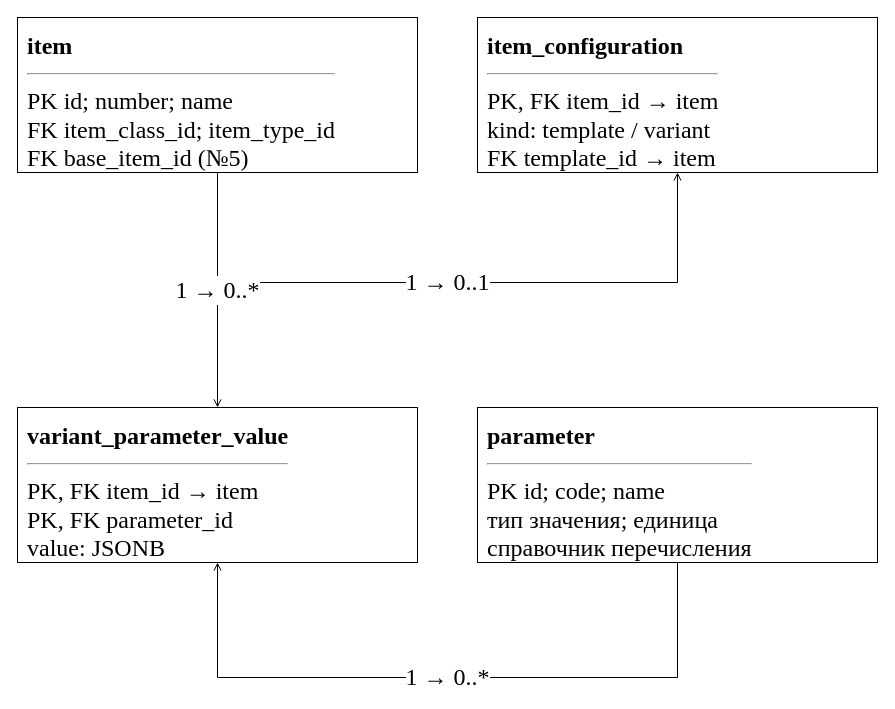
This is utils/lab7/diagrams/06_erd_variants.drawio from 10xtheo/mispris-sem7, a draw.io file, before an edit. Source tidied: cells renumbered, new cells numbered last; positions are measured from the earlier drawing's top-left corner, leaving out a move shared by most shapes. Both pictures are drawn from the tidied source at 100%, with x=0, y=0 at pixel (17, 17).
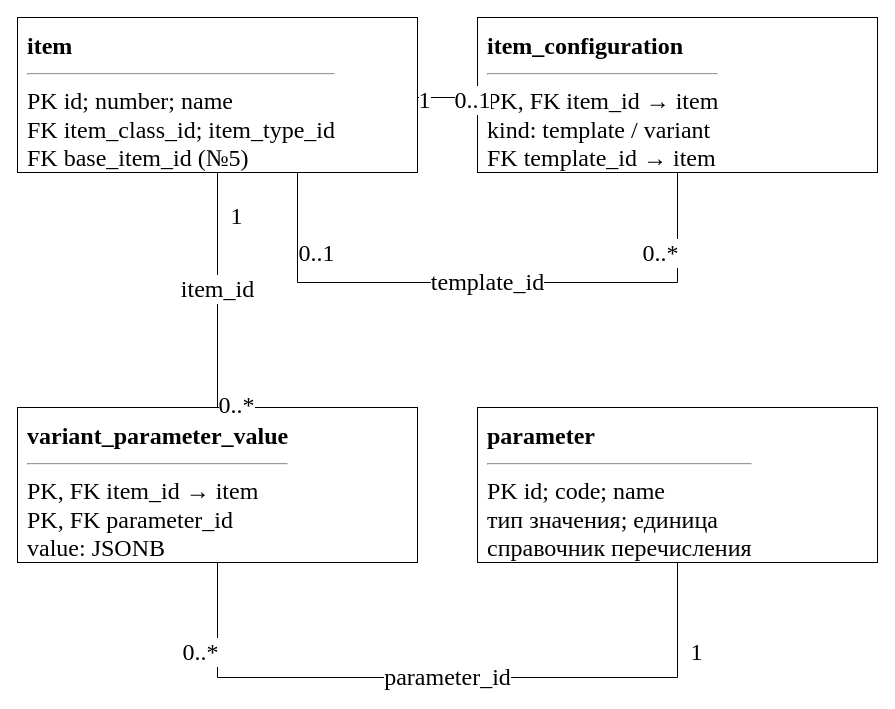
The same diagram, later.

The change refers to these unchanged cells:
```xml
<mxCell id="2" value="&lt;b&gt;item&lt;/b&gt;&lt;hr&gt;PK id; number; name&lt;br&gt;FK item_class_id; item_type_id&lt;br&gt;FK base_item_id (№5)" style="rounded=0;whiteSpace=wrap;html=1;align=left;verticalAlign=top;fontFamily=Times New Roman;fontSize=24;spacing=10;fillColor=#ffffff;strokeColor=#000000;" parent="1" vertex="1">
  <mxGeometry width="400" height="155" as="geometry" />
</mxCell>
<mxCell id="3" value="&lt;b&gt;item_configuration&lt;/b&gt;&lt;hr&gt;PK, FK item_id → item&lt;br&gt;kind: template / variant&lt;br&gt;FK template_id → item" style="rounded=0;whiteSpace=wrap;html=1;align=left;verticalAlign=top;fontFamily=Times New Roman;fontSize=24;spacing=10;fillColor=#ffffff;strokeColor=#000000;" parent="1" vertex="1">
  <mxGeometry x="460" width="400" height="155" as="geometry" />
</mxCell>
<mxCell id="4" value="&lt;b&gt;variant_parameter_value&lt;/b&gt;&lt;hr&gt;PK, FK item_id → item&lt;br&gt;PK, FK parameter_id&lt;br&gt;value: JSONB" style="rounded=0;whiteSpace=wrap;html=1;align=left;verticalAlign=top;fontFamily=Times New Roman;fontSize=24;spacing=10;fillColor=#ffffff;strokeColor=#000000;" parent="1" vertex="1">
  <mxGeometry y="390" width="400" height="155" as="geometry" />
</mxCell>
<mxCell id="5" value="&lt;b&gt;parameter&lt;/b&gt;&lt;hr&gt;PK id; code; name&lt;br&gt;тип значения; единица&lt;br&gt;справочник перечисления" style="rounded=0;whiteSpace=wrap;html=1;align=left;verticalAlign=top;fontFamily=Times New Roman;fontSize=24;spacing=10;fillColor=#ffffff;strokeColor=#000000;" parent="1" vertex="1">
  <mxGeometry x="460" y="390" width="400" height="155" as="geometry" />
</mxCell>
```

What changed in the source:
```diff
@@
-    <mxCell id="6" value="1 → 0..1" style="edgeStyle=orthogonalEdgeStyle;rounded=0;html=1;endArrow=open;fontFamily=Times New Roman;fontSize=24;labelBackgroundColor=#ffffff;exitX=0.5;exitY=1.0;entryX=0.5;entryY=1.0;" parent="1" edge="1" source="2" target="3">
-      <mxGeometry relative="1" as="geometry">
-        <Array as="points">
-          <mxPoint x="200" y="265" />
-          <mxPoint x="660" y="265" />
-        </Array>
-      </mxGeometry>
+    <mxCell id="6" style="edgeStyle=orthogonalEdgeStyle;rounded=0;html=1;endArrow=open;fontFamily=Times New Roman;fontSize=24;labelBackgroundColor=#ffffff;exitX=0.0;exitY=0.5161290322580645;entryX=1.0;entryY=0.5161290322580645;endArrow=none;startArrow=none;" parent="1" edge="1" source="3" target="2">
+      <mxGeometry relative="1" as="geometry" />
     </mxCell>
+    <mxCell id="9" value="0..1" style="edgeLabel;html=1;align=center;fontFamily=Times New Roman;fontSize=24;" parent="6" vertex="1">
+      <mxGeometry x="-0.8" y="-18" relative="1" as="geometry" />
+    </mxCell>
+    <mxCell id="10" value="1" style="edgeLabel;html=1;align=center;fontFamily=Times New Roman;fontSize=24;" parent="6" vertex="1">
+      <mxGeometry x="0.8" y="-18" relative="1" as="geometry" />
+    </mxCell>
-    <mxCell id="7" value="1 → 0..*" style="edgeStyle=orthogonalEdgeStyle;rounded=0;html=1;endArrow=open;fontFamily=Times New Roman;fontSize=24;labelBackgroundColor=#ffffff;exitX=0.5;exitY=1.0;entryX=0.5;entryY=0.0;" parent="1" edge="1" source="2" target="4">
-      <mxGeometry relative="1" as="geometry" />
+    <mxCell id="7" value="template_id" style="edgeStyle=orthogonalEdgeStyle;rounded=0;html=1;endArrow=open;fontFamily=Times New Roman;fontSize=24;labelBackgroundColor=#ffffff;exitX=0.5;exitY=1.0;entryX=0.7;entryY=1.0;endArrow=none;startArrow=none;" parent="1" edge="1" source="3" target="2">
+      <mxGeometry relative="1" as="geometry">
+        <Array as="points">
+          <mxPoint x="660" y="265" />
+          <mxPoint x="280" y="265" />
+        </Array>
+      </mxGeometry>
     </mxCell>
+    <mxCell id="11" value="0..*" style="edgeLabel;html=1;align=center;fontFamily=Times New Roman;fontSize=24;" parent="7" vertex="1">
+      <mxGeometry x="-0.8" y="-18" relative="1" as="geometry" />
+    </mxCell>
+    <mxCell id="12" value="0..1" style="edgeLabel;html=1;align=center;fontFamily=Times New Roman;fontSize=24;" parent="7" vertex="1">
+      <mxGeometry x="0.8" y="-18" relative="1" as="geometry" />
+    </mxCell>
-    <mxCell id="8" value="1 → 0..*" style="edgeStyle=orthogonalEdgeStyle;rounded=0;html=1;endArrow=open;fontFamily=Times New Roman;fontSize=24;labelBackgroundColor=#ffffff;exitX=0.5;exitY=1.0;entryX=0.5;entryY=1.0;" parent="1" edge="1" source="5" target="4">
-      <mxGeometry relative="1" as="geometry">
-        <Array as="points">
-          <mxPoint x="660" y="660" />
-          <mxPoint x="200" y="660" />
-        </Array>
-      </mxGeometry>
+    <mxCell id="8" value="item_id" style="edgeStyle=orthogonalEdgeStyle;rounded=0;html=1;endArrow=open;fontFamily=Times New Roman;fontSize=24;labelBackgroundColor=#ffffff;exitX=0.5;exitY=0.0;entryX=0.5;entryY=1.0;endArrow=none;startArrow=none;" parent="1" edge="1" source="4" target="2">
+      <mxGeometry relative="1" as="geometry" />
     </mxCell>
+    <mxCell id="13" value="0..*" style="edgeLabel;html=1;align=center;fontFamily=Times New Roman;fontSize=24;" parent="8" vertex="1">
+      <mxGeometry x="-0.8" y="-18" relative="1" as="geometry" />
+    </mxCell>
+    <mxCell id="14" value="1" style="edgeLabel;html=1;align=center;fontFamily=Times New Roman;fontSize=24;" parent="8" vertex="1">
+      <mxGeometry x="0.8" y="-18" relative="1" as="geometry" />
+    </mxCell>
+    <mxCell id="15" value="parameter_id" style="edgeStyle=orthogonalEdgeStyle;rounded=0;html=1;endArrow=open;fontFamily=Times New Roman;fontSize=24;labelBackgroundColor=#ffffff;exitX=0.5;exitY=1.0;entryX=0.5;entryY=1.0;endArrow=none;startArrow=none;" parent="1" edge="1" source="4" target="5">
+      <mxGeometry relative="1" as="geometry">
+        <Array as="points">
+          <mxPoint x="200" y="660" />
+          <mxPoint x="660" y="660" />
+        </Array>
+      </mxGeometry>
+    </mxCell>
+    <mxCell id="16" value="0..*" style="edgeLabel;html=1;align=center;fontFamily=Times New Roman;fontSize=24;" parent="15" vertex="1">
+      <mxGeometry x="-0.8" y="-18" relative="1" as="geometry" />
+    </mxCell>
+    <mxCell id="17" value="1" style="edgeLabel;html=1;align=center;fontFamily=Times New Roman;fontSize=24;" parent="15" vertex="1">
+      <mxGeometry x="0.8" y="-18" relative="1" as="geometry" />
+    </mxCell>
```
